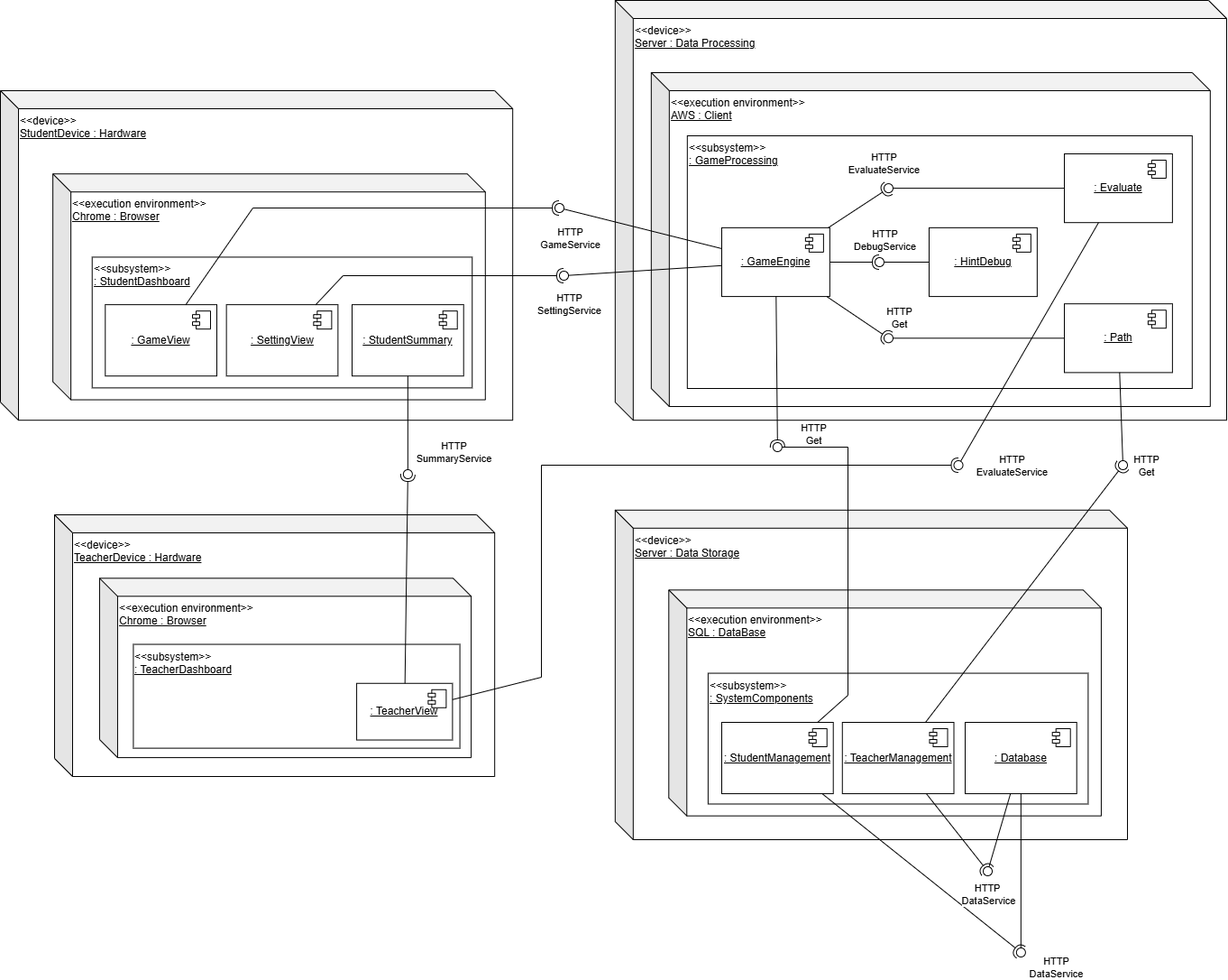
Sean-ORourke/LearningLoop keeps this draw.io diagram as Deployment Diagram.png. Above is the earlier version. Source tidied: cells renumbered, new cells last; positions are measured from the earlier drawing's top-left corner, leaving out a move shared by most shapes.
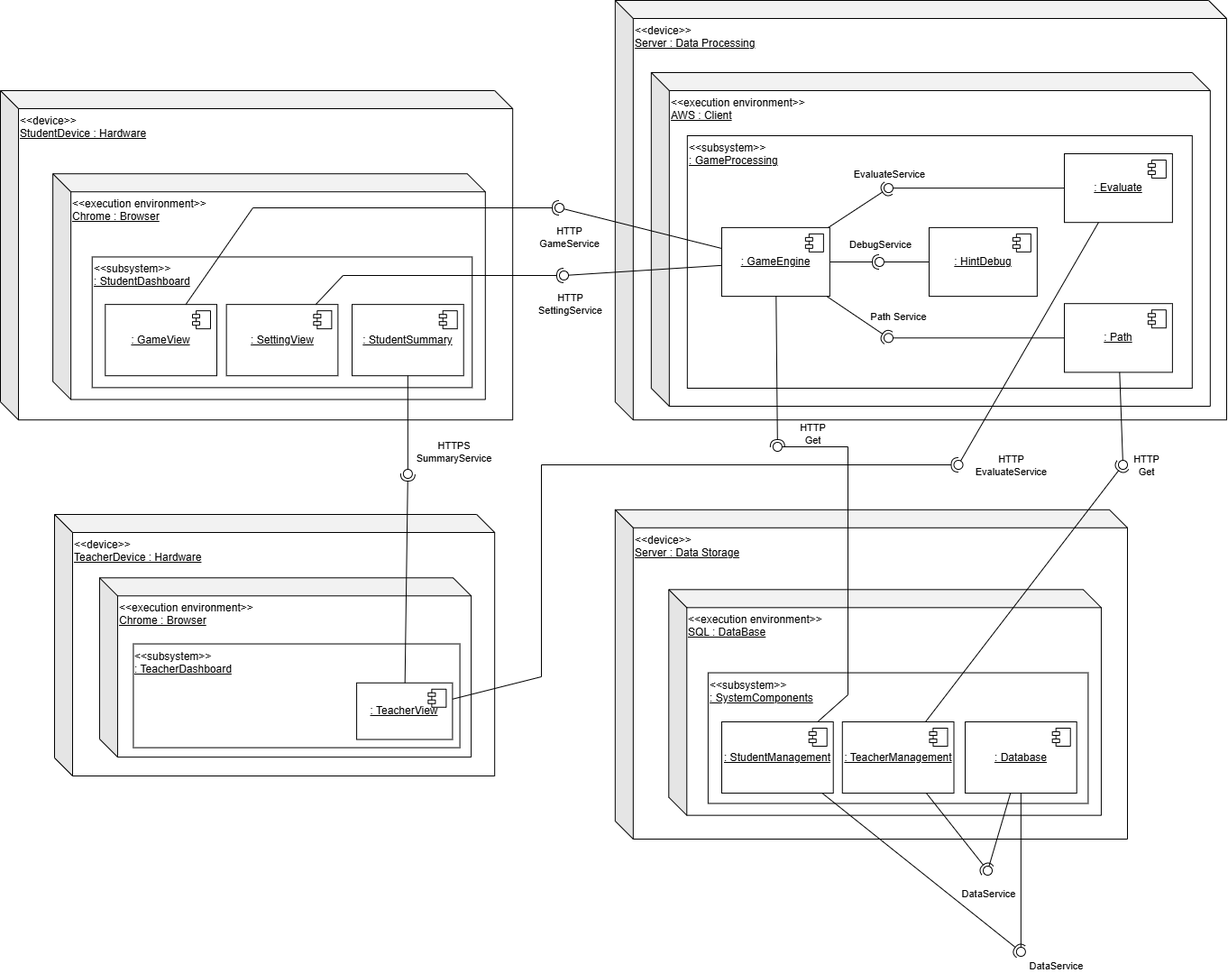
Above is the later version.

The edit, as a diff of the source:
```diff
@@ -120,9 +120,9 @@
     <mxCell id="35" style="rounded=0;jettySize=auto;html=1;endArrow=oval;endFill=0;sketch=0;sourcePerimeterSpacing=0;targetPerimeterSpacing=0;endSize=10;" parent="21" edge="1" source="27" target="33">
       <mxGeometry relative="1" as="geometry" />
     </mxCell>
-    <mxCell id="36" value="HTTP&lt;br&gt;EvaluateService" style="edgeLabel;html=1;align=center;verticalAlign=middle;" parent="35" vertex="1">
+    <mxCell id="36" value="EvaluateService" style="edgeLabel;html=1;align=center;verticalAlign=middle;" parent="35" vertex="1">
       <mxGeometry x="0.78" y="3" relative="1" as="geometry">
-        <mxPoint x="-26" y="-31" as="offset" />
+        <mxPoint x="-21" y="-19" as="offset" />
       </mxGeometry>
     </mxCell>
     <mxCell id="37" style="ellipse;whiteSpace=wrap;html=1;align=center;fillColor=none;strokeColor=none;perimeter=centerPerimeter;points=[];outlineConnect=1;" parent="21" vertex="1">
@@ -134,9 +134,9 @@
     <mxCell id="39" style="rounded=0;jettySize=auto;html=1;endArrow=oval;endFill=0;sketch=0;sourcePerimeterSpacing=0;targetPerimeterSpacing=0;endSize=10;" parent="21" edge="1" source="29" target="37">
       <mxGeometry relative="1" as="geometry" />
     </mxCell>
-    <mxCell id="40" value="HTTP&lt;br&gt;DebugService" style="edgeLabel;html=1;align=center;verticalAlign=middle;" parent="39" vertex="1">
+    <mxCell id="40" value="DebugService" style="edgeLabel;html=1;align=center;verticalAlign=middle;" parent="39" vertex="1">
       <mxGeometry x="0.52" y="1" relative="1" as="geometry">
-        <mxPoint x="-8" y="-26" as="offset" />
+        <mxPoint x="-13" y="-21" as="offset" />
       </mxGeometry>
     </mxCell>
     <mxCell id="41" style="ellipse;whiteSpace=wrap;html=1;align=center;fillColor=none;strokeColor=none;perimeter=centerPerimeter;points=[];outlineConnect=1;" parent="21" vertex="1">
@@ -148,7 +148,7 @@
     <mxCell id="43" style="rounded=0;jettySize=auto;html=1;endArrow=oval;endFill=0;sketch=0;sourcePerimeterSpacing=0;targetPerimeterSpacing=0;endSize=10;" parent="21" edge="1" source="31" target="41">
       <mxGeometry relative="1" as="geometry" />
     </mxCell>
-    <mxCell id="44" value="HTTP&lt;br&gt;Get" style="edgeLabel;html=1;align=center;verticalAlign=middle;" parent="43" vertex="1">
+    <mxCell id="44" value="Path Service" style="edgeLabel;html=1;align=center;verticalAlign=middle;" parent="43" vertex="1">
       <mxGeometry x="0.7" y="1" relative="1" as="geometry">
         <mxPoint x="-19" y="-25" as="offset" />
       </mxGeometry>
@@ -186,7 +186,7 @@
     <mxCell id="53" style="rounded=0;jettySize=auto;html=1;endArrow=oval;endFill=0;sketch=0;sourcePerimeterSpacing=0;targetPerimeterSpacing=0;endSize=10;" parent="2" edge="1" source="13" target="51">
       <mxGeometry relative="1" as="geometry" />
     </mxCell>
-    <mxCell id="54" value="HTTP&lt;br&gt;SummaryService" style="edgeLabel;html=1;align=center;verticalAlign=middle;" parent="53" vertex="1">
+    <mxCell id="54" value="HTTPS&lt;br&gt;SummaryService" style="edgeLabel;html=1;align=center;verticalAlign=middle;" parent="53" vertex="1">
       <mxGeometry x="0.47" relative="1" as="geometry">
         <mxPoint x="50" y="4" as="offset" />
       </mxGeometry>
@@ -288,7 +288,7 @@
     <mxCell id="76" style="rounded=0;jettySize=auto;html=1;endArrow=oval;endFill=0;sketch=0;sourcePerimeterSpacing=0;targetPerimeterSpacing=0;endSize=10;" parent="1" edge="1" source="49" target="78">
       <mxGeometry relative="1" as="geometry" />
     </mxCell>
-    <mxCell id="77" value="HTTP&lt;div&gt;DataService&lt;/div&gt;" style="edgeLabel;html=1;align=center;verticalAlign=middle;" parent="76" vertex="1">
+    <mxCell id="77" value="&lt;span style=&quot;background-color: rgb(255, 255, 255); color: rgb(0, 0, 0); --darkreader-inline-bgcolor: #181a1b; --darkreader-inline-color: #e8e6e3;&quot;&gt;DataService&lt;/span&gt;" style="edgeLabel;html=1;align=center;verticalAlign=middle;" parent="76" vertex="1">
       <mxGeometry x="0.79" y="1" relative="1" as="geometry">
         <mxPoint x="37" y="34" as="offset" />
       </mxGeometry>
@@ -299,7 +299,7 @@
     <mxCell id="79" style="rounded=0;jettySize=auto;html=1;endArrow=halfCircle;endFill=0;endSize=6;strokeWidth=1;sketch=0;" parent="1" edge="1" source="47" target="82">
       <mxGeometry relative="1" as="geometry" />
     </mxCell>
-    <mxCell id="80" value="HTTP&amp;nbsp;&lt;div&gt;DataService&lt;/div&gt;" style="edgeLabel;html=1;align=center;verticalAlign=middle;" parent="79" vertex="1">
+    <mxCell id="80" value="&lt;span style=&quot;background-color: rgb(255, 255, 255); color: rgb(0, 0, 0); --darkreader-inline-bgcolor: #181a1b; --darkreader-inline-color: #e8e6e3;&quot;&gt;DataService&lt;/span&gt;" style="edgeLabel;html=1;align=center;verticalAlign=middle;" parent="79" vertex="1">
       <mxGeometry x="0.57" y="2" relative="1" as="geometry">
         <mxPoint x="13" y="45" as="offset" />
       </mxGeometry>
```
